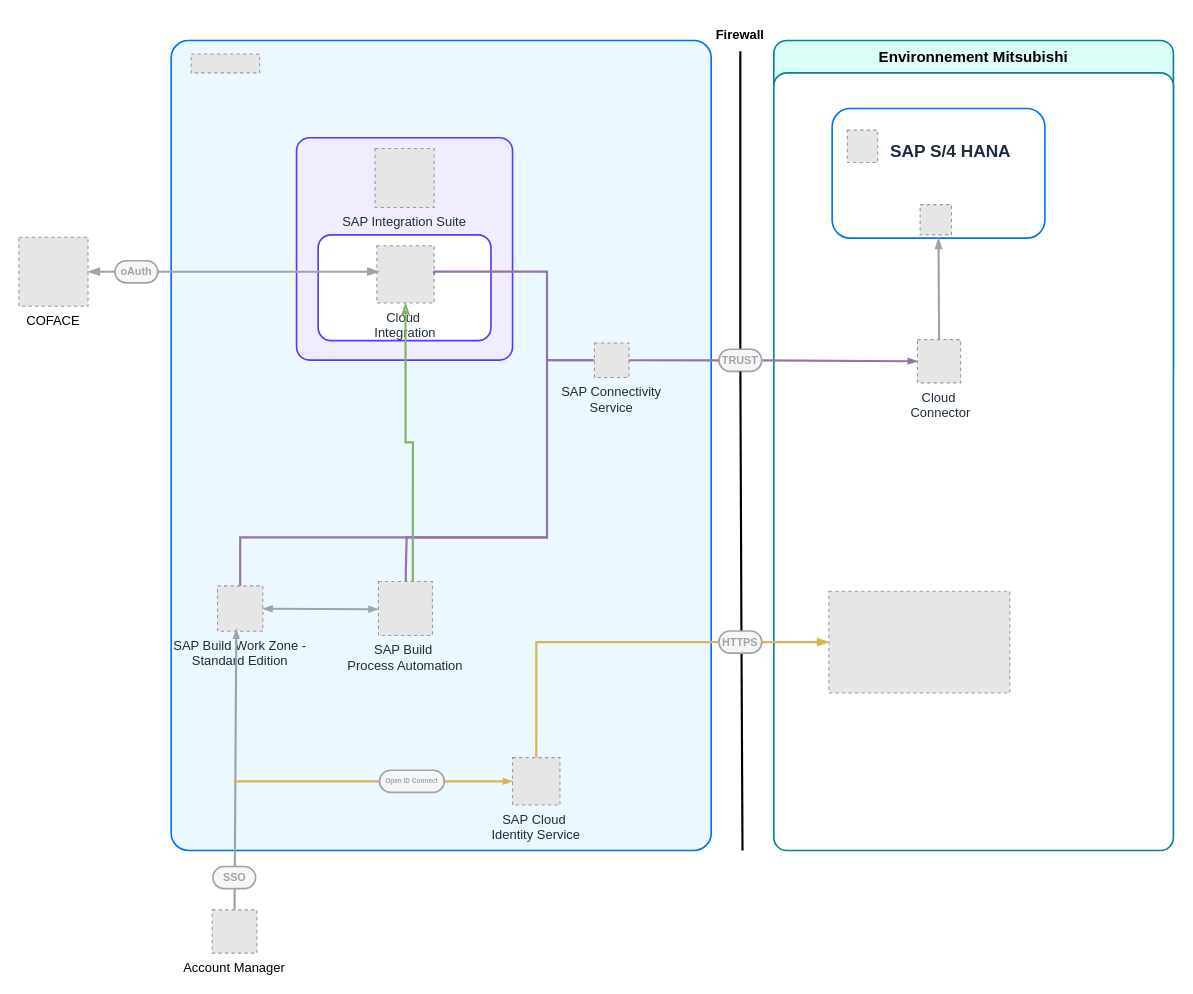
Above: page "Page-2" (2 of 2) of Workflow.drawio in MikaPaP/ArchiWorkflow (draw.io), before the change. Source tidied: cells renumbered, new cells numbered last; positions are measured from the earlier drawing's top-left corner, leaving out a move shared by most shapes. Both pictures are drawn from the tidied source at 108%, with x=0, y=0 at pixel (18, 18). Pictures stored in the file or linked from it are replaced by grey dashed boxes.
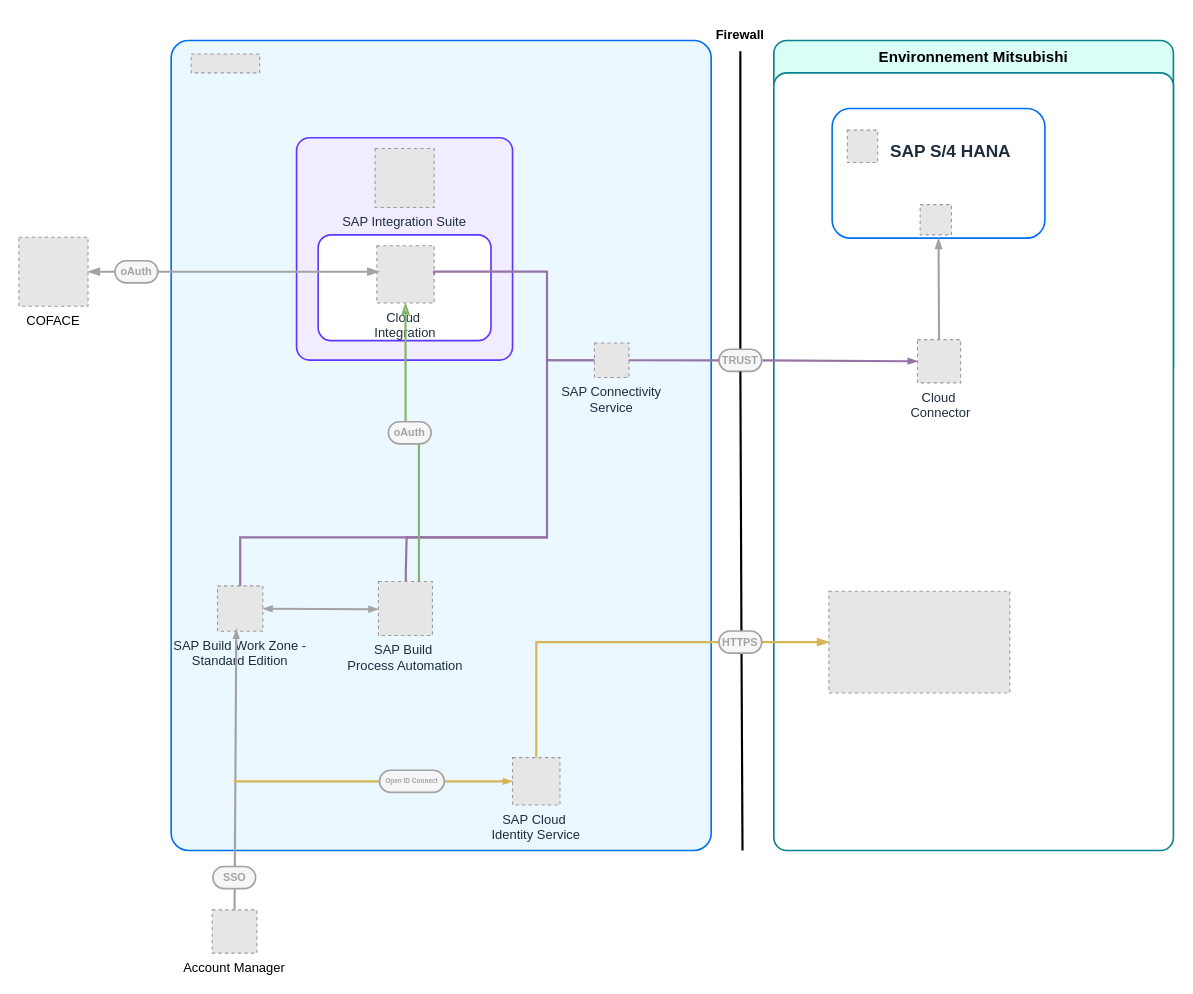
The same page after the edit.

Commit message:
Mettre à jour Workflow.drawio

Unchanged cells that the change refers to:
```xml
<mxCell id="11" style="group;" parent="10" vertex="1">
  <mxGeometry x="-10" width="390" height="720" as="geometry" />
</mxCell>
<mxCell id="27" value="Cloud &#10;Integration" style="fillColor=#E6E6E6;strokeColor=#999999;dashed=1;verticalLabelPosition=bottom;verticalAlign=top;fontStyle=0;fontSize=12;fontColor=#1D2D3E;" parent="11" vertex="1">
  <mxGeometry x="80.4" y="160" width="53.1" height="53.1" as="geometry" />
</mxCell>
<mxCell id="30" value="SAP Build &#10;Process Automation" style="fillColor=#E6E6E6;strokeColor=#999999;dashed=1;verticalLabelPosition=bottom;verticalAlign=top;fontStyle=0;fontSize=12;fontColor=#1D2D3E;" parent="11" vertex="1">
  <mxGeometry x="81.9" y="471" width="50" height="50" as="geometry" />
</mxCell>
```

Diff of the diagram source:
```diff
@@
-    <mxCell id="29" style="edgeStyle=orthogonalEdgeStyle;rounded=0;jettySize=auto;html=1;exitX=0.637;exitY=0.071;exitDx=0;exitDy=0;exitPerimeter=0;endArrow=classicThin;endFill=0;fillColor=#d5e8d4;strokeColor=#82b366;strokeWidth=2;" parent="11" edge="1" source="30" target="27">
+    <mxCell id="29" style="edgeStyle=orthogonalEdgeStyle;rounded=0;jettySize=auto;html=1;exitX=0.75;exitY=0;exitDx=0;exitDy=0;exitPerimeter=0;endArrow=classicThin;endFill=0;fillColor=#d5e8d4;strokeColor=#82b366;strokeWidth=2;" parent="11" edge="1" source="30" target="27">
       <mxGeometry relative="1" as="geometry" />
     </mxCell>
@@
+    <mxCell id="47" value="&lt;p style=&quot;line-height: 114%;&quot;&gt;&lt;font color=&quot;#a3a3a3&quot; size=&quot;1&quot;&gt;&lt;b style=&quot;&quot;&gt;oAuth&lt;/b&gt;&lt;/font&gt;&lt;/p&gt;" style="rounded=1;whiteSpace=wrap;html=1;arcSize=50;strokeColor=#A3A3A3;fillColor=#f5f6f7;fontColor=#266f3a;strokeWidth=1.5;" parent="11" vertex="1">
+      <mxGeometry x="91.1" y="323" width="39.6" height="20.5" as="geometry" />
+    </mxCell>
```
